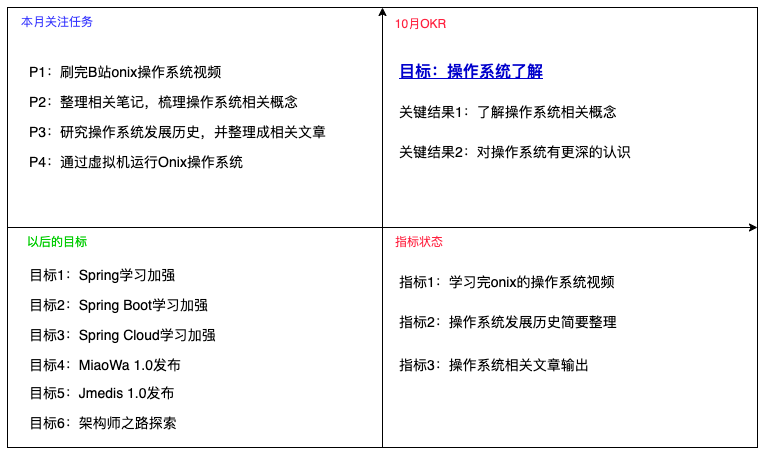
Before: res/drawio/okr/10.drawio.png, a diagram exported from draw.io (mg0324/plan). Source tidied: cells renumbered, new cells last; positions are measured from the earlier drawing's top-left corner, leaving out a move shared by most shapes. Its diagram source:
```xml
<mxGraphModel>
  <root>
    <mxCell id="0" />
    <mxCell id="1" parent="0" />
    <mxCell id="2" style="rounded=0;whiteSpace=wrap;html=1;" parent="1" vertex="1">
      <mxGeometry width="750" height="440" as="geometry" />
    </mxCell>
    <mxCell id="3" style="endArrow=classic;html=1;exitX=0;exitY=0.5;exitDx=0;exitDy=0;entryX=1;entryY=0.5;entryDx=0;entryDy=0;endFill=1;" parent="1" edge="1" source="2" target="2">
      <mxGeometry relative="1" as="geometry" />
    </mxCell>
    <mxCell id="4" style="endArrow=classic;html=1;entryX=0.5;entryY=0;entryDx=0;entryDy=0;exitX=0.5;exitY=1;exitDx=0;exitDy=0;endFill=1;" parent="1" edge="1" source="2" target="2">
      <mxGeometry relative="1" as="geometry" />
    </mxCell>
    <mxCell id="5" value="10月OKR" style="text;html=1;strokeColor=none;fillColor=none;align=center;verticalAlign=middle;whiteSpace=wrap;rounded=0;fontColor=#FF213F;" parent="1" vertex="1">
      <mxGeometry x="377" y="2" width="73" height="30" as="geometry" />
    </mxCell>
    <mxCell id="6" value="本月关注任务" style="text;html=1;strokeColor=none;fillColor=none;align=center;verticalAlign=middle;whiteSpace=wrap;rounded=0;fontColor=#3333FF;" parent="1" vertex="1">
      <mxGeometry width="100" height="30" as="geometry" />
    </mxCell>
    <mxCell id="7" value="以后的目标" style="text;html=1;strokeColor=none;fillColor=none;align=center;verticalAlign=middle;whiteSpace=wrap;rounded=0;fontColor=#00CC00;" parent="1" vertex="1">
      <mxGeometry y="220" width="100" height="30" as="geometry" />
    </mxCell>
    <mxCell id="8" value="指标状态" style="text;html=1;strokeColor=none;fillColor=none;align=center;verticalAlign=middle;whiteSpace=wrap;rounded=0;fontColor=#FF213F;" parent="1" vertex="1">
      <mxGeometry x="374" y="220" width="76" height="30" as="geometry" />
    </mxCell>
    <mxCell id="9" value="目标：操作系统了解" style="text;html=1;strokeColor=none;fillColor=none;align=left;verticalAlign=middle;whiteSpace=wrap;rounded=0;fontColor=#0000CC;fontSize=16;fontStyle=5;" parent="1" vertex="1">
      <mxGeometry x="390" y="50" width="270" height="30" as="geometry" />
    </mxCell>
    <mxCell id="10" value="关键结果1：了解操作系统相关概念" style="text;html=1;strokeColor=none;fillColor=none;align=left;verticalAlign=middle;whiteSpace=wrap;rounded=0;fontSize=14;fontColor=#000000;" parent="1" vertex="1">
      <mxGeometry x="390" y="90" width="290" height="30" as="geometry" />
    </mxCell>
    <mxCell id="11" value="关键结果2：对操作系统有更深的认识" style="text;html=1;strokeColor=none;fillColor=none;align=left;verticalAlign=middle;whiteSpace=wrap;rounded=0;fontSize=14;fontColor=#000000;" parent="1" vertex="1">
      <mxGeometry x="390" y="130" width="290" height="30" as="geometry" />
    </mxCell>
    <mxCell id="12" value="P1：刷完B站onix操作系统视频" style="text;html=1;strokeColor=none;fillColor=none;align=left;verticalAlign=middle;whiteSpace=wrap;rounded=0;fontSize=14;fontColor=#000000;" parent="1" vertex="1">
      <mxGeometry x="20" y="50" width="290" height="30" as="geometry" />
    </mxCell>
    <mxCell id="13" value="P2：整理相关笔记，梳理操作系统相关概念" style="text;html=1;strokeColor=none;fillColor=none;align=left;verticalAlign=middle;whiteSpace=wrap;rounded=0;fontSize=14;fontColor=#000000;" parent="1" vertex="1">
      <mxGeometry x="20" y="80" width="290" height="30" as="geometry" />
    </mxCell>
    <mxCell id="14" value="P3：研究操作系统发展历史，并整理成相关文章" style="text;html=1;strokeColor=none;fillColor=none;align=left;verticalAlign=middle;whiteSpace=wrap;rounded=0;fontSize=14;fontColor=#000000;" parent="1" vertex="1">
      <mxGeometry x="20" y="110" width="320" height="30" as="geometry" />
    </mxCell>
    <mxCell id="15" value="P4：通过虚拟机运行Onix操作系统" style="text;html=1;strokeColor=none;fillColor=none;align=left;verticalAlign=middle;whiteSpace=wrap;rounded=0;fontSize=14;fontColor=#000000;" parent="1" vertex="1">
      <mxGeometry x="20" y="140" width="320" height="30" as="geometry" />
    </mxCell>
    <mxCell id="16" value="目标1：Spring学习加强" style="text;html=1;strokeColor=none;fillColor=none;align=left;verticalAlign=middle;whiteSpace=wrap;rounded=0;fontSize=14;fontColor=#000000;" parent="1" vertex="1">
      <mxGeometry x="20" y="253" width="290" height="30" as="geometry" />
    </mxCell>
    <mxCell id="17" value="目标2：Spring Boot学习加强" style="text;html=1;strokeColor=none;fillColor=none;align=left;verticalAlign=middle;whiteSpace=wrap;rounded=0;fontSize=14;fontColor=#000000;" parent="1" vertex="1">
      <mxGeometry x="20" y="283" width="290" height="30" as="geometry" />
    </mxCell>
    <mxCell id="18" value="目标3：Spring Cloud学习加强" style="text;html=1;strokeColor=none;fillColor=none;align=left;verticalAlign=middle;whiteSpace=wrap;rounded=0;fontSize=14;fontColor=#000000;" parent="1" vertex="1">
      <mxGeometry x="20" y="313" width="290" height="30" as="geometry" />
    </mxCell>
    <mxCell id="19" value="目标4：MiaoWa 1.0发布" style="text;html=1;strokeColor=none;fillColor=none;align=left;verticalAlign=middle;whiteSpace=wrap;rounded=0;fontSize=14;fontColor=#000000;" parent="1" vertex="1">
      <mxGeometry x="20" y="343" width="290" height="30" as="geometry" />
    </mxCell>
    <mxCell id="20" value="目标5：Jmedis 1.0发布" style="text;html=1;strokeColor=none;fillColor=none;align=left;verticalAlign=middle;whiteSpace=wrap;rounded=0;fontSize=14;fontColor=#000000;" parent="1" vertex="1">
      <mxGeometry x="20" y="371" width="290" height="30" as="geometry" />
    </mxCell>
    <mxCell id="21" value="目标6：架构师之路探索" style="text;html=1;strokeColor=none;fillColor=none;align=left;verticalAlign=middle;whiteSpace=wrap;rounded=0;fontSize=14;fontColor=#000000;" parent="1" vertex="1">
      <mxGeometry x="20" y="401" width="290" height="30" as="geometry" />
    </mxCell>
    <mxCell id="22" value="指标1：学习完onix的操作系统视频" style="text;html=1;strokeColor=none;fillColor=none;align=left;verticalAlign=middle;whiteSpace=wrap;rounded=0;fontSize=14;fontColor=#000000;" parent="1" vertex="1">
      <mxGeometry x="390" y="260" width="290" height="30" as="geometry" />
    </mxCell>
    <mxCell id="23" value="指标2：操作系统发展历史简要整理" style="text;html=1;strokeColor=none;fillColor=none;align=left;verticalAlign=middle;whiteSpace=wrap;rounded=0;fontSize=14;fontColor=#000000;" parent="1" vertex="1">
      <mxGeometry x="390" y="300" width="290" height="30" as="geometry" />
    </mxCell>
    <mxCell id="24" value="指标3：操作系统相关文章输出" style="text;html=1;strokeColor=none;fillColor=none;align=left;verticalAlign=middle;whiteSpace=wrap;rounded=0;fontSize=14;fontColor=#000000;" parent="1" vertex="1">
      <mxGeometry x="390" y="343" width="290" height="30" as="geometry" />
    </mxCell>
  </root>
</mxGraphModel>
```
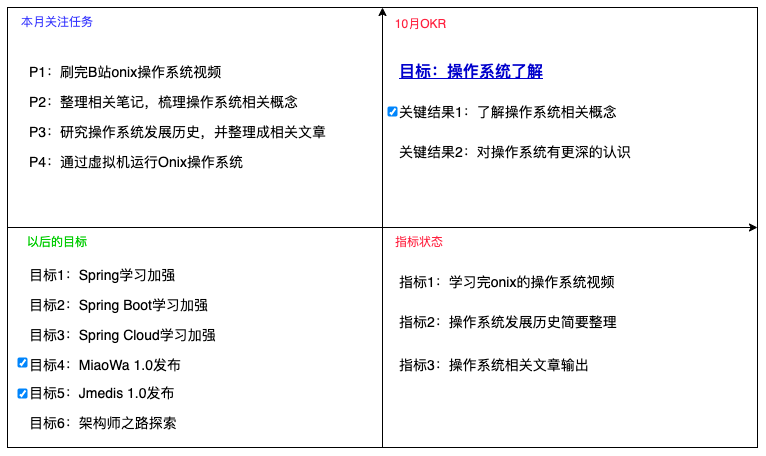
The same file after the commit.

Diff of the diagram source:
```diff
@@ -71,5 +71,14 @@
     <mxCell id="24" value="指标3：操作系统相关文章输出" style="text;html=1;strokeColor=none;fillColor=none;align=left;verticalAlign=middle;whiteSpace=wrap;rounded=0;fontSize=14;fontColor=#000000;" parent="1" vertex="1">
       <mxGeometry x="390" y="343" width="290" height="30" as="geometry" />
     </mxCell>
+    <mxCell id="25" style="html=1;shadow=0;dashed=0;shape=mxgraph.bootstrap.checkbox2;labelPosition=right;verticalLabelPosition=middle;align=left;verticalAlign=middle;gradientColor=#DEDEDE;fillColor=#EDEDED;checked=1;spacing=5;checkedFill=#0085FC;checkedStroke=#ffffff;sketch=0;" parent="1" vertex="1">
+      <mxGeometry x="380" y="99" width="10" height="10" as="geometry" />
+    </mxCell>
+    <mxCell id="26" style="html=1;shadow=0;dashed=0;shape=mxgraph.bootstrap.checkbox2;labelPosition=right;verticalLabelPosition=middle;align=left;verticalAlign=middle;gradientColor=#DEDEDE;fillColor=#EDEDED;checked=1;spacing=5;checkedFill=#0085FC;checkedStroke=#ffffff;sketch=0;" parent="1" vertex="1">
+      <mxGeometry x="10" y="350" width="10" height="10" as="geometry" />
+    </mxCell>
+    <mxCell id="27" style="html=1;shadow=0;dashed=0;shape=mxgraph.bootstrap.checkbox2;labelPosition=right;verticalLabelPosition=middle;align=left;verticalAlign=middle;gradientColor=#DEDEDE;fillColor=#EDEDED;checked=1;spacing=5;checkedFill=#0085FC;checkedStroke=#ffffff;sketch=0;" parent="1" vertex="1">
+      <mxGeometry x="10" y="381" width="10" height="10" as="geometry" />
+    </mxCell>
   </root>
 </mxGraphModel>
```
